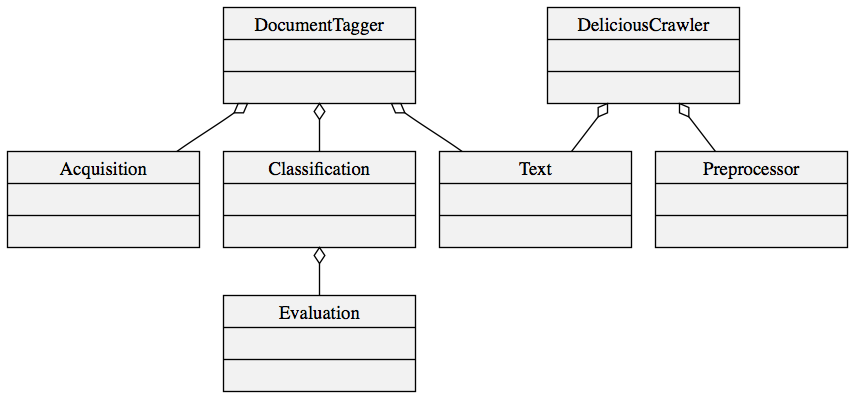
The Graphviz diagram de.uni_koeln.spinfo.is.document_tagger/dokumentation/abbildungen/classes.png in fsteeg/stnl, before a commit. Its source is kept beside it as de.uni_koeln.spinfo.is.document_tagger/dokumentation/abbildungen/classes.dot.
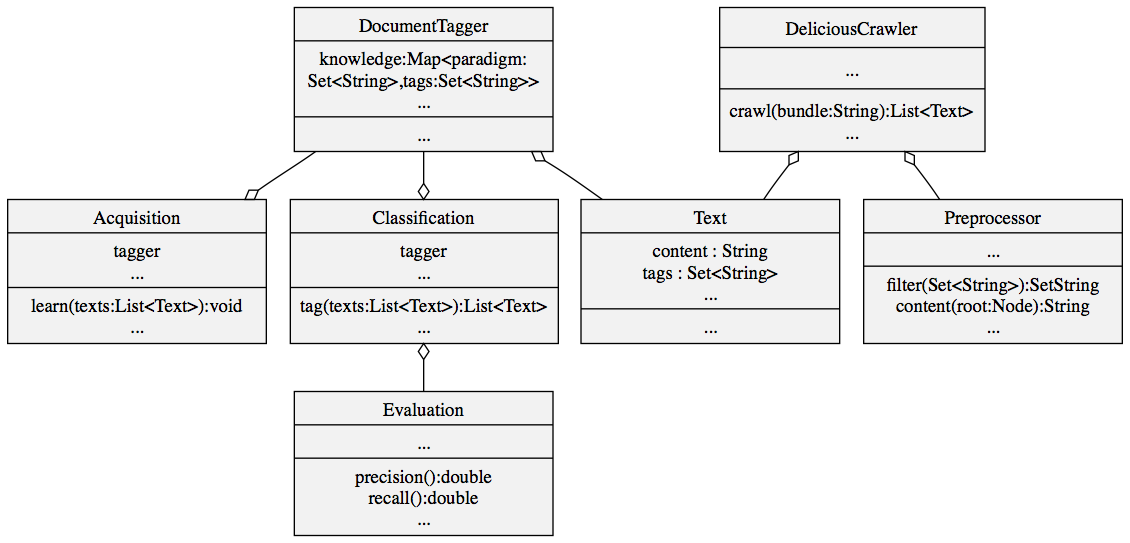
Later version of the same file.

What changed in the source:
```diff
@@ -1,19 +1,19 @@
 digraph filter {
   /*size="5,5"*/
-  node[shape=record,style=filled,fillcolor=gray95 width=2]
+  node[shape=record,style=filled,fillcolor=gray95 width=2.7 height=1.5]
   edge[dir=back, arrowtail=empty]
 
-  acquisition[label = "{Acquisition||}"]
-  classification[label = "{Classification||}"]
-  document_tagger[label = "{DocumentTagger||}"]
-  evaluation[label = "{Evaluation||}"]
-  preprocessor[label = "{Preprocessor||}"]
-  text[label = "{Text||}"]
-  delicious_crawler[label = "{DeliciousCrawler||}"]
+  acquisition[label = "{Acquisition|tagger\n...|learn(texts:List\<Text\>):void\n...}"]
+  classification[label = "{Classification|tagger\n...|tag(texts:List\<Text\>):List\<Text\>\n...}"]
+  document_tagger[label = "{DocumentTagger|knowledge:Map\<paradigm:\nSet\<String\>,tags:Set\<String\>\>\n...|...}"]
+  evaluation[label = "{Evaluation|...|precision():double\nrecall():double\n...}"]
+  preprocessor[label = "{Preprocessor|...|filter(Set\<String\>):Set<String>\ncontent(root:Node):String\n...}"]
+  text[label = "{Text|content : String\ntags : Set\<String\>\n...|...}"]
+  delicious_crawler[label = "{DeliciousCrawler|...|crawl(bundle:String):List\<Text\>\n...}"]
 
 
-  document_tagger->acquisition[arrowtail=ediamond]
-  document_tagger->classification[arrowtail=ediamond]
+  document_tagger->acquisition[arrowhead=ediamond arrowtail=none]
+  document_tagger->classification[arrowhead=ediamond arrowtail=none]
   document_tagger->text[arrowtail=ediamond]
 
   delicious_crawler -> text[arrowtail=ediamond]
```
